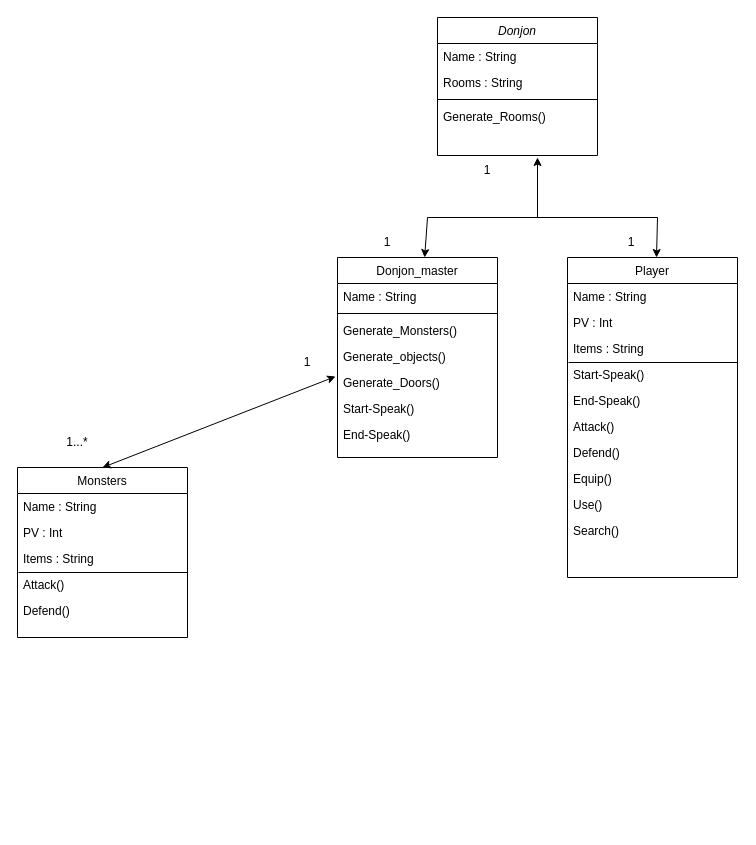
The draw.io diagram Diagramme de classe.drawio in Longuevville/DonjonQuest, before the edit. Source tidied: cells renumbered, new cells numbered last; positions are measured from the earlier drawing's top-left corner, leaving out a move shared by most shapes. Both pictures are drawn from the tidied source at 100%, with x=0, y=0 at pixel (17, 17).
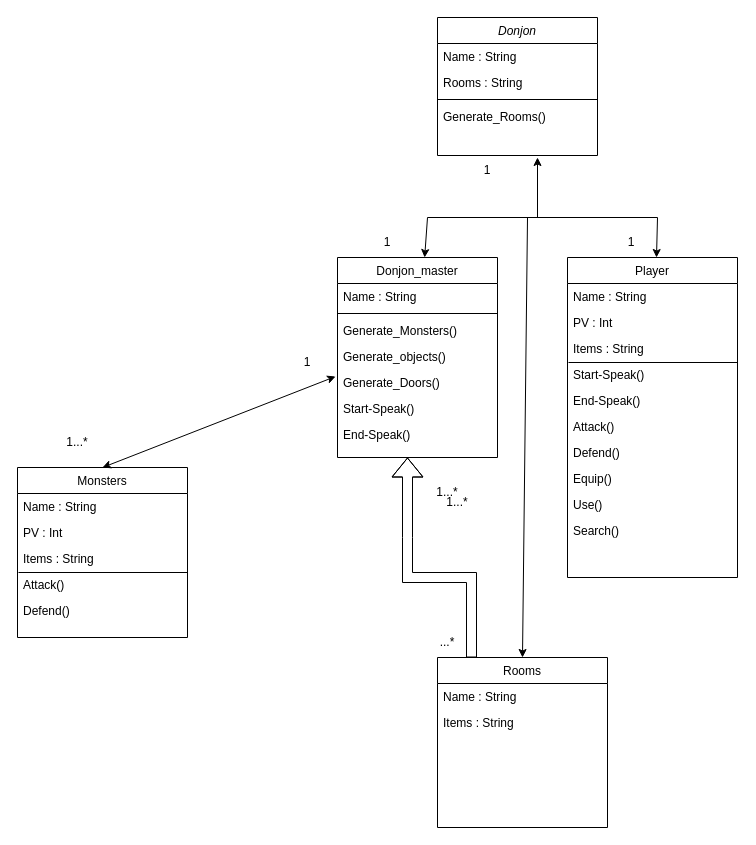
The same diagram, later.

Commit message:
Add Rooms Class Diagramme de classe.drawio

Change to the diagram source:
```diff
@@
+    <mxCell id="44" value="Rooms" style="swimlane;fontStyle=0;align=center;verticalAlign=top;horizontal=1;startSize=26;rounded=0;shadow=0;strokeWidth=1;" parent="1" vertex="1">
+      <mxGeometry x="420" y="640" width="170" height="170" as="geometry" />
+    </mxCell>
+    <mxCell id="45" value="Name : String" style="text;align=left;verticalAlign=top;spacingLeft=4;spacingRight=4;overflow=hidden;" parent="44" vertex="1">
+      <mxGeometry y="26" width="170" height="26" as="geometry" />
+    </mxCell>
+    <mxCell id="46" value="Items : String" style="text;align=left;verticalAlign=top;spacingLeft=4;spacingRight=4;overflow=hidden;" parent="44" vertex="1">
+      <mxGeometry y="52" width="170" height="26" as="geometry" />
+    </mxCell>
+    <mxCell id="47" style="endArrow=classic;html=1;rounded=0;entryX=0.5;entryY=0;entryDx=0;entryDy=0;" parent="1" edge="1" target="44">
+      <mxGeometry relative="1" as="geometry">
+        <mxPoint x="510" y="200" as="sourcePoint" />
+      </mxGeometry>
+    </mxCell>
+    <mxCell id="48" style="shape=flexArrow;endArrow=classic;html=1;rounded=0;exitX=0.2;exitY=0;exitDx=0;exitDy=0;exitPerimeter=0;" parent="1" edge="1" source="44">
+      <mxGeometry relative="1" as="geometry">
+        <mxPoint x="390" y="440" as="targetPoint" />
+        <Array as="points">
+          <mxPoint x="454" y="560" />
+          <mxPoint x="390" y="560" />
+          <mxPoint x="390" y="520" />
+        </Array>
+      </mxGeometry>
+    </mxCell>
+    <mxCell id="49" value="1...*" style="text;html=1;strokeColor=none;fillColor=none;align=center;verticalAlign=middle;whiteSpace=wrap;rounded=0;" parent="1" vertex="1">
+      <mxGeometry x="400" y="460" width="60" height="30" as="geometry" />
+    </mxCell>
+    <mxCell id="50" value="1...*" style="text;html=1;strokeColor=none;fillColor=none;align=center;verticalAlign=middle;whiteSpace=wrap;rounded=0;" parent="1" vertex="1">
+      <mxGeometry x="410" y="470" width="60" height="30" as="geometry" />
+    </mxCell>
+    <mxCell id="51" value="...*" style="text;html=1;strokeColor=none;fillColor=none;align=center;verticalAlign=middle;whiteSpace=wrap;rounded=0;" parent="1" vertex="1">
+      <mxGeometry x="400" y="610" width="60" height="30" as="geometry" />
+    </mxCell>
```
